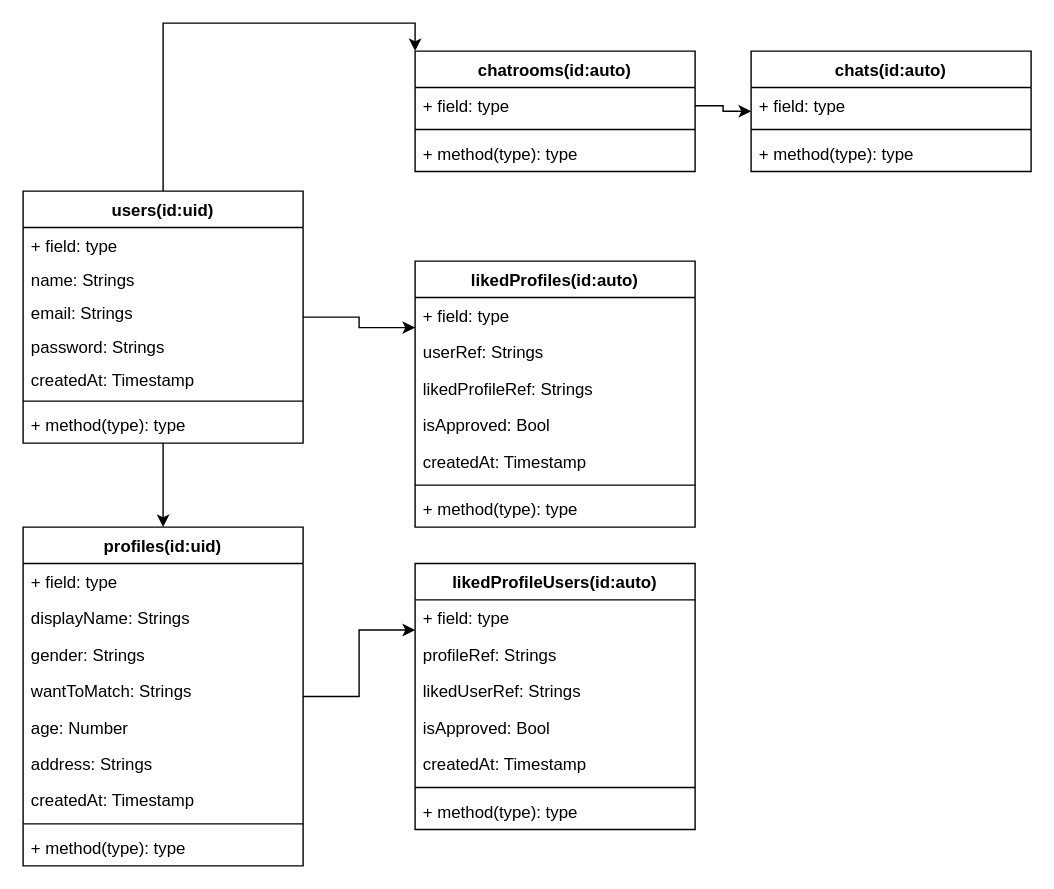
Before: store/firestore.drawio in KoheiB/my-matching-app, a draw.io diagram. Source tidied: cells renumbered, new cells numbered last; positions are measured from the earlier drawing's top-left corner, leaving out a move shared by most shapes. Both pictures are drawn from the tidied source at 140%, with x=0, y=0 at pixel (22, 50).
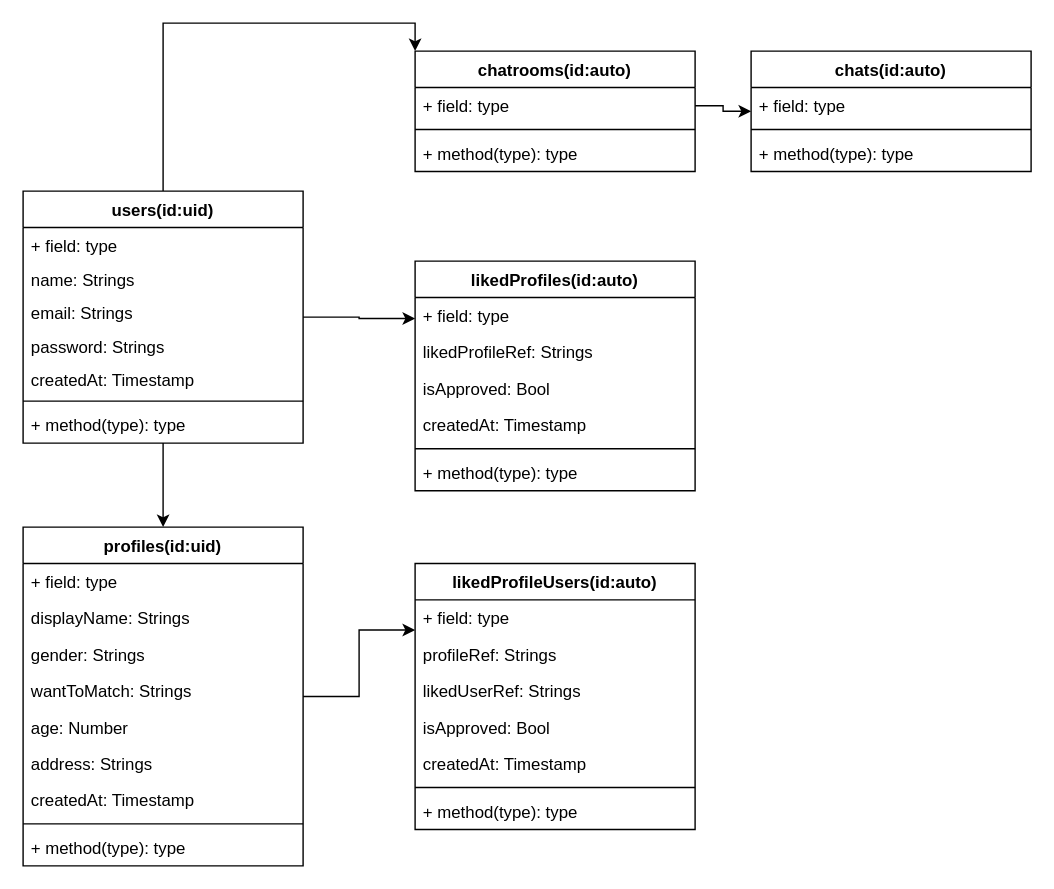
The same diagram, later.

What changed in the source:
```diff
@@
     <mxCell id="33" value="likedProfiles(id:auto)" style="swimlane;fontStyle=1;align=center;verticalAlign=top;horizontal=1;startSize=26;" parent="1" vertex="1">
-      <mxGeometry x="280" y="150" width="200" height="190" as="geometry" />
+      <mxGeometry x="280" y="150" width="200" height="164" as="geometry" />
     </mxCell>
@@
-    <mxCell id="35" value="userRef: Strings" style="text;strokeColor=none;fillColor=none;align=left;verticalAlign=top;spacingLeft=4;spacingRight=4;overflow=hidden;" parent="33" vertex="1">
-      <mxGeometry y="52" width="200" height="26" as="geometry" />
-    </mxCell>
     <mxCell id="36" value="likedProfileRef: Strings" style="text;strokeColor=none;fillColor=none;align=left;verticalAlign=top;spacingLeft=4;spacingRight=4;overflow=hidden;" parent="33" vertex="1">
-      <mxGeometry y="78" width="200" height="26" as="geometry" />
+      <mxGeometry y="52" width="200" height="26" as="geometry" />
     </mxCell>
     <mxCell id="37" value="isApproved: Bool" style="text;strokeColor=none;fillColor=none;align=left;verticalAlign=top;spacingLeft=4;spacingRight=4;overflow=hidden;" parent="33" vertex="1">
-      <mxGeometry y="104" width="200" height="26" as="geometry" />
+      <mxGeometry y="78" width="200" height="26" as="geometry" />
     </mxCell>
     <mxCell id="38" value="createdAt: Timestamp" style="text;strokeColor=none;fillColor=none;align=left;verticalAlign=top;spacingLeft=4;spacingRight=4;overflow=hidden;" parent="33" vertex="1">
-      <mxGeometry y="130" width="200" height="26" as="geometry" />
+      <mxGeometry y="104" width="200" height="26" as="geometry" />
     </mxCell>
     <mxCell id="39" style="line;strokeWidth=1;fillColor=none;align=left;verticalAlign=middle;spacingTop=-1;spacingLeft=3;spacingRight=3;labelPosition=right;" parent="33" vertex="1">
-      <mxGeometry y="156" width="200" height="8" as="geometry" />
+      <mxGeometry y="130" width="200" height="8" as="geometry" />
     </mxCell>
     <mxCell id="40" value="+ method(type): type" style="text;strokeColor=none;fillColor=none;align=left;verticalAlign=top;spacingLeft=4;spacingRight=4;overflow=hidden;" parent="33" vertex="1">
-      <mxGeometry y="164" width="200" height="26" as="geometry" />
+      <mxGeometry y="138" width="200" height="26" as="geometry" />
     </mxCell>
```
